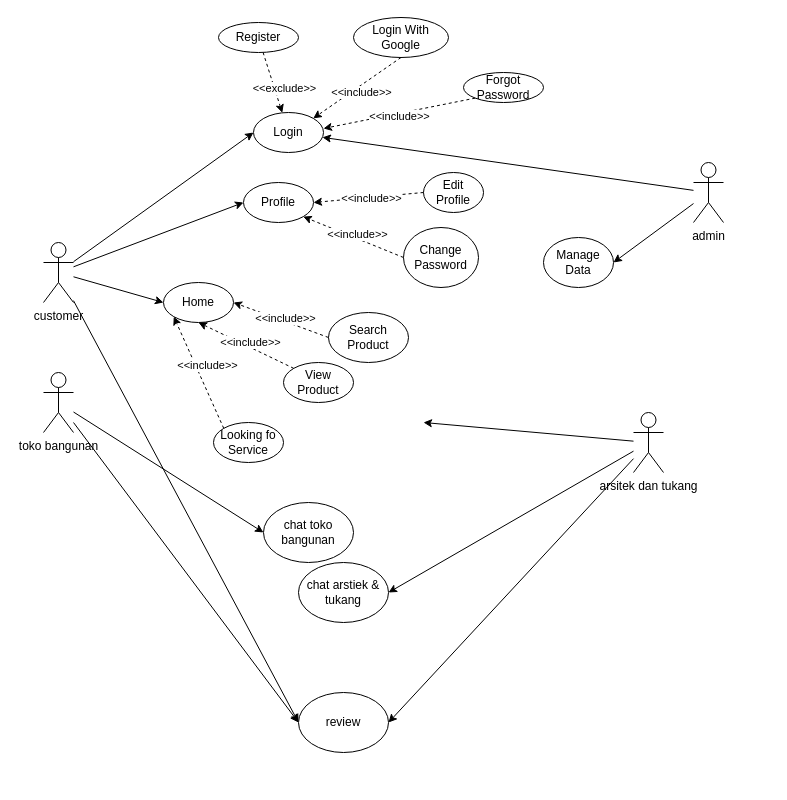
The draw.io diagram page "Use Case" (1 of 2) of UML-BuildIt.drawio in imannrhman/build_it_uml, before the edit. Source tidied: cells renumbered, new cells numbered last; positions are measured from the earlier drawing's top-left corner, leaving out a move shared by most shapes. Both pictures are drawn from the tidied source at 100%, with x=0, y=0 at pixel (43, 17).
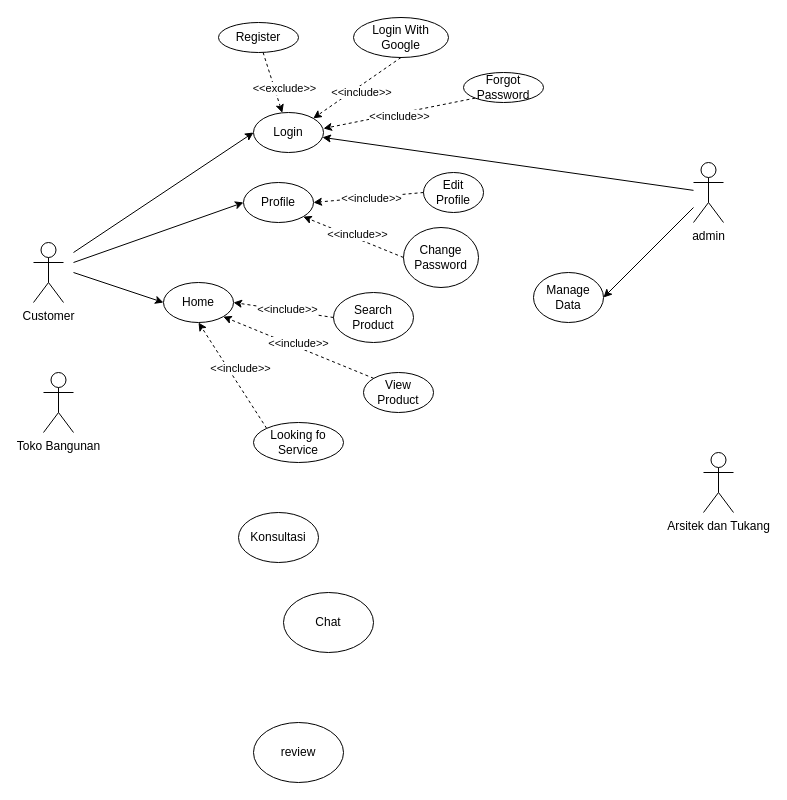
Above is the later version.

Unchanged cells that the change refers to:
```xml
<mxCell id="5" value="Login" style="ellipse;whiteSpace=wrap;html=1;" parent="1" vertex="1">
  <mxGeometry x="210" y="95" width="70" height="40" as="geometry" />
</mxCell>
<mxCell id="21" value="Profile" style="ellipse;whiteSpace=wrap;html=1;" parent="1" vertex="1">
  <mxGeometry x="200" y="165" width="70" height="40" as="geometry" />
</mxCell>
<mxCell id="22" value="Home" style="ellipse;whiteSpace=wrap;html=1;" parent="1" vertex="1">
  <mxGeometry x="120" y="265" width="70" height="40" as="geometry" />
</mxCell>
```

Diff of the diagram source:
```diff
@@
-    <mxCell id="6" style="edgeStyle=none;rounded=0;jettySize=auto;html=1;entryX=0;entryY=0.5;entryDx=0;entryDy=0;" parent="1" edge="1" source="8" target="24">
-      <mxGeometry relative="1" as="geometry" />
-    </mxCell>
-    <mxCell id="7" style="edgeStyle=none;rounded=0;jettySize=auto;html=1;entryX=0;entryY=0.5;entryDx=0;entryDy=0;" parent="1" edge="1" source="8" target="26">
-      <mxGeometry relative="1" as="geometry" />
-    </mxCell>
-    <mxCell id="8" value="toko bangunan" style="shape=umlActor;verticalLabelPosition=bottom;verticalAlign=top;html=1;outlineConnect=0;" parent="1" vertex="1">
+    <mxCell id="8" value="Toko Bangunan" style="shape=umlActor;verticalLabelPosition=bottom;verticalAlign=top;html=1;outlineConnect=0;" parent="1" vertex="1">
       <mxGeometry y="355" width="30" height="60" as="geometry" />
     </mxCell>
-    <mxCell id="9" style="edgeStyle=none;rounded=0;jettySize=auto;html=1;entryX=1;entryY=0.5;entryDx=0;entryDy=0;" parent="1" edge="1" source="12" target="25">
-      <mxGeometry relative="1" as="geometry" />
-    </mxCell>
-    <mxCell id="10" style="edgeStyle=none;rounded=0;jettySize=auto;html=1;entryX=1;entryY=0.5;entryDx=0;entryDy=0;" parent="1" edge="1" source="12" target="26">
-      <mxGeometry relative="1" as="geometry" />
-    </mxCell>
-    <mxCell id="11" style="edgeStyle=none;rounded=0;jettySize=auto;html=1;entryX=1;entryY=0.5;entryDx=0;entryDy=0;" parent="1" edge="1" source="12">
-      <mxGeometry relative="1" as="geometry">
-        <mxPoint x="380" y="405" as="targetPoint" />
-      </mxGeometry>
-    </mxCell>
-    <mxCell id="12" value="arsitek dan tukang" style="shape=umlActor;verticalLabelPosition=bottom;verticalAlign=top;html=1;outlineConnect=0;" parent="1" vertex="1">
-      <mxGeometry x="590" y="395" width="30" height="60" as="geometry" />
+    <mxCell id="12" value="Arsitek dan Tukang" style="shape=umlActor;verticalLabelPosition=bottom;verticalAlign=top;html=1;outlineConnect=0;" parent="1" vertex="1">
+      <mxGeometry x="660" y="435" width="30" height="60" as="geometry" />
     </mxCell>
-    <mxCell id="13" style="edgeStyle=none;rounded=0;jettySize=auto;html=1;entryX=0;entryY=0.5;entryDx=0;entryDy=0;" parent="1" edge="1" source="17" target="5">
-      <mxGeometry relative="1" as="geometry" />
+    <mxCell id="13" style="edgeStyle=none;rounded=0;jettySize=auto;html=1;entryX=0;entryY=0.5;entryDx=0;entryDy=0;" parent="1" edge="1" target="5">
+      <mxGeometry relative="1" as="geometry">
+        <mxPoint x="30" y="235" as="sourcePoint" />
+      </mxGeometry>
     </mxCell>
-    <mxCell id="14" style="edgeStyle=none;rounded=0;jettySize=auto;html=1;entryX=0;entryY=0.5;entryDx=0;entryDy=0;" parent="1" edge="1" source="17" target="21">
-      <mxGeometry relative="1" as="geometry" />
+    <mxCell id="14" style="edgeStyle=none;rounded=0;jettySize=auto;html=1;entryX=0;entryY=0.5;entryDx=0;entryDy=0;" parent="1" edge="1" target="21">
+      <mxGeometry relative="1" as="geometry">
+        <mxPoint x="30" y="245" as="sourcePoint" />
+      </mxGeometry>
     </mxCell>
-    <mxCell id="15" style="edgeStyle=none;rounded=0;jettySize=auto;html=1;entryX=0;entryY=0.5;entryDx=0;entryDy=0;" parent="1" edge="1" source="17" target="22">
-      <mxGeometry relative="1" as="geometry" />
+    <mxCell id="15" style="edgeStyle=none;rounded=0;jettySize=auto;html=1;entryX=0;entryY=0.5;entryDx=0;entryDy=0;" parent="1" edge="1" target="22">
+      <mxGeometry relative="1" as="geometry">
+        <mxPoint x="30" y="255" as="sourcePoint" />
+      </mxGeometry>
     </mxCell>
-    <mxCell id="16" style="edgeStyle=none;rounded=0;jettySize=auto;html=1;entryX=0;entryY=0.5;entryDx=0;entryDy=0;" parent="1" edge="1" source="17" target="26">
-      <mxGeometry relative="1" as="geometry" />
-    </mxCell>
-    <mxCell id="17" value="customer" style="shape=umlActor;verticalLabelPosition=bottom;verticalAlign=top;html=1;outlineConnect=0;" parent="1" vertex="1">
-      <mxGeometry y="225" width="30" height="60" as="geometry" />
+    <mxCell id="17" value="Customer" style="shape=umlActor;verticalLabelPosition=bottom;verticalAlign=top;html=1;outlineConnect=0;" parent="1" vertex="1">
+      <mxGeometry x="-10" y="225" width="30" height="60" as="geometry" />
     </mxCell>
@@
     <mxCell id="23" value="Search Product" style="ellipse;whiteSpace=wrap;html=1;" parent="1" vertex="1">
-      <mxGeometry x="285" y="295" width="80" height="50" as="geometry" />
+      <mxGeometry x="290" y="275" width="80" height="50" as="geometry" />
     </mxCell>
-    <mxCell id="24" value="chat toko bangunan" style="ellipse;whiteSpace=wrap;html=1;" parent="1" vertex="1">
-      <mxGeometry x="220" y="485" width="90" height="60" as="geometry" />
+    <mxCell id="24" value="Chat" style="ellipse;whiteSpace=wrap;html=1;" parent="1" vertex="1">
+      <mxGeometry x="240" y="575" width="90" height="60" as="geometry" />
     </mxCell>
-    <mxCell id="25" value="chat arstiek &amp;amp; tukang" style="ellipse;whiteSpace=wrap;html=1;" parent="1" vertex="1">
-      <mxGeometry x="255" y="545" width="90" height="60" as="geometry" />
+    <mxCell id="25" value="Konsultasi" style="ellipse;whiteSpace=wrap;html=1;" parent="1" vertex="1">
+      <mxGeometry x="195" y="495" width="80" height="50" as="geometry" />
     </mxCell>
     <mxCell id="26" value="review" style="ellipse;whiteSpace=wrap;html=1;" parent="1" vertex="1">
-      <mxGeometry x="255" y="675" width="90" height="60" as="geometry" />
+      <mxGeometry x="210" y="705" width="90" height="60" as="geometry" />
     </mxCell>
     <mxCell id="27" value="Manage Data" style="ellipse;whiteSpace=wrap;html=1;" parent="1" vertex="1">
-      <mxGeometry x="500" y="220" width="70" height="50" as="geometry" />
+      <mxGeometry x="490" y="255" width="70" height="50" as="geometry" />
     </mxCell>
@@
     <mxCell id="34" value="View Product" style="ellipse;whiteSpace=wrap;html=1;" parent="1" vertex="1">
-      <mxGeometry x="240" y="345" width="70" height="40" as="geometry" />
+      <mxGeometry x="320" y="355" width="70" height="40" as="geometry" />
     </mxCell>
@@
-    <mxCell id="41" style="rounded=0;jettySize=auto;html=1;dashed=1;exitX=0;exitY=0;exitDx=0;exitDy=0;entryX=0.5;entryY=1;entryDx=0;entryDy=0;" parent="1" edge="1" source="34" target="22">
+    <mxCell id="41" style="rounded=0;jettySize=auto;html=1;dashed=1;exitX=0;exitY=0;exitDx=0;exitDy=0;entryX=1;entryY=1;entryDx=0;entryDy=0;" parent="1" edge="1" source="34" target="22">
       <mxGeometry relative="1" as="geometry" />
     </mxCell>
@@
     <mxCell id="45" value="Looking fo Service" style="ellipse;whiteSpace=wrap;html=1;" parent="1" vertex="1">
-      <mxGeometry x="170" y="405" width="70" height="40" as="geometry" />
+      <mxGeometry x="210" y="405" width="90" height="40" as="geometry" />
     </mxCell>
-    <mxCell id="46" style="rounded=0;jettySize=auto;html=1;dashed=1;exitX=0;exitY=0;exitDx=0;exitDy=0;entryX=0;entryY=1;entryDx=0;entryDy=0;" parent="1" edge="1" source="45" target="22">
+    <mxCell id="46" style="rounded=0;jettySize=auto;html=1;dashed=1;exitX=0;exitY=0;exitDx=0;exitDy=0;entryX=0.5;entryY=1;entryDx=0;entryDy=0;" parent="1" edge="1" source="45" target="22">
       <mxGeometry relative="1" as="geometry" />
     </mxCell>
```
